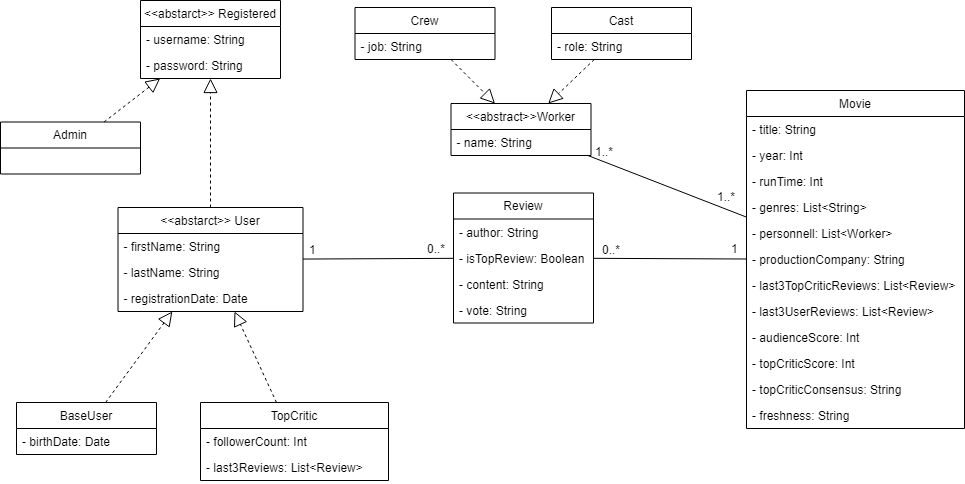
Above: ClassDiagram.png in glmquint/RottenMovies (draw.io), before the change. Source tidied: cells renumbered, new cells last; positions are measured from the earlier drawing's top-left corner, leaving out a move shared by most shapes.
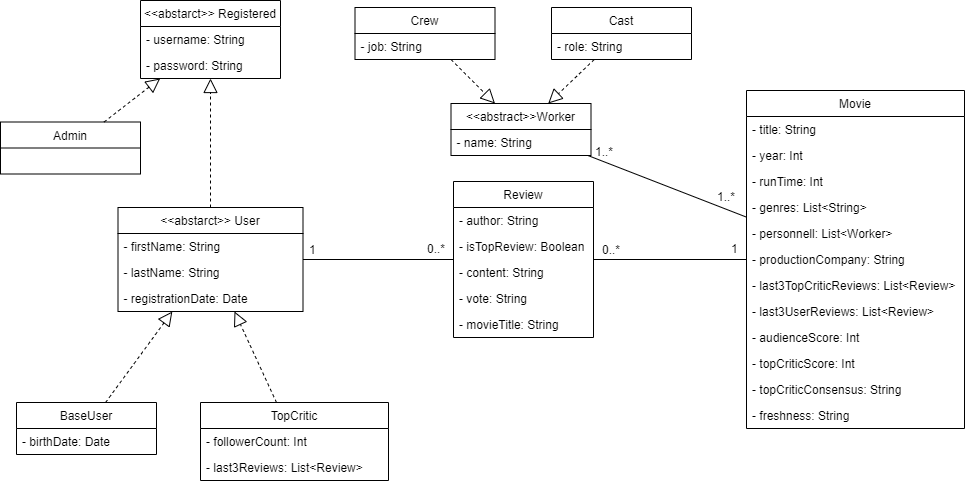
The same file after the commit.

Commit message:
Modified the class diagram with movieTitle in review

Diff of the diagram source:
```diff
@@ -103,7 +103,7 @@
       <mxGeometry y="312" width="218" height="26" as="geometry" />
     </mxCell>
     <mxCell id="34" value="Review" style="swimlane;fontStyle=0;horizontal=1;startSize=26;fillColor=none;" parent="1" vertex="1">
-      <mxGeometry x="453" y="192.5" width="140" height="130" as="geometry" />
+      <mxGeometry x="453" y="181" width="140" height="156" as="geometry" />
     </mxCell>
     <mxCell id="35" value="- author: String" style="text;strokeColor=none;fillColor=none;align=left;verticalAlign=top;spacingLeft=4;spacingRight=4;overflow=hidden;" parent="34" vertex="1">
       <mxGeometry y="26" width="140" height="26" as="geometry" />
@@ -117,6 +117,9 @@
     <mxCell id="38" value="- vote: String" style="text;strokeColor=none;fillColor=none;align=left;verticalAlign=top;spacingLeft=4;spacingRight=4;overflow=hidden;" parent="34" vertex="1">
       <mxGeometry y="104" width="140" height="26" as="geometry" />
     </mxCell>
+    <mxCell id="56" value="- movieTitle: String" style="text;strokeColor=none;fillColor=none;align=left;verticalAlign=top;spacingLeft=4;spacingRight=4;overflow=hidden;" parent="34" vertex="1">
+      <mxGeometry y="130" width="140" height="26" as="geometry" />
+    </mxCell>
     <mxCell id="39" value="&lt;&lt;abstract&gt;&gt;Worker" style="swimlane;fontStyle=0;horizontal=1;startSize=26;fillColor=none;" parent="1" vertex="1">
       <mxGeometry x="450.5" y="103" width="140" height="52" as="geometry" />
     </mxCell>
```
